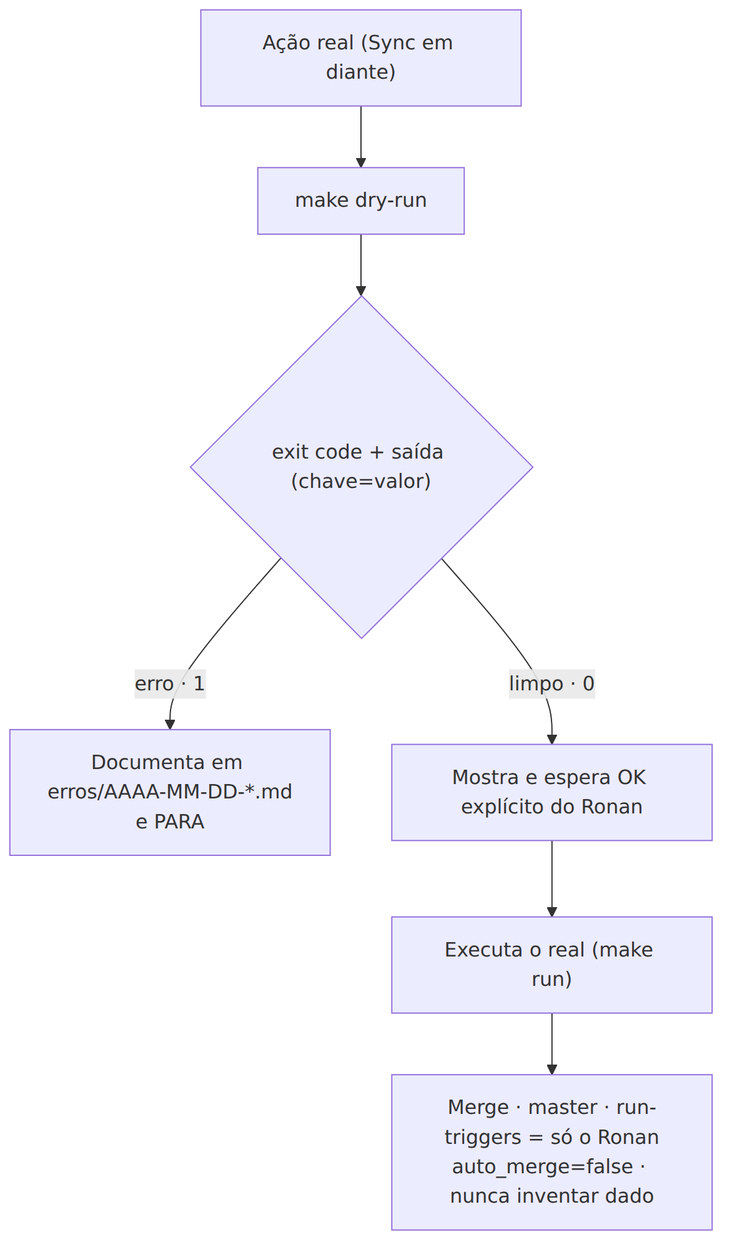
Earlier version of the Mermaid export docs/diagramas/09-governanca-seguranca.png (BertoRcsb/workflow-automation-management). Its source is kept beside it as docs/diagramas/09-governanca-seguranca.mmd. Its diagram source:
```mermaid
flowchart TD
    Ac["Ação real (Sync em diante)"] --> Dry["make dry-run"]
    Dry --> Parse{"exit code + saída (chave=valor)"}
    Parse -->|"erro · 1"| Err["Documenta em erros/AAAA-MM-DD-*.md<br>e PARA"]
    Parse -->|"limpo · 0"| Wait["Mostra e espera OK explícito do Ronan"]
    Wait --> Real["Executa o real (make run)"]
    Real --> Guard["Merge · master · run-triggers = só o Ronan<br>auto_merge=false · nunca inventar dado"]
```
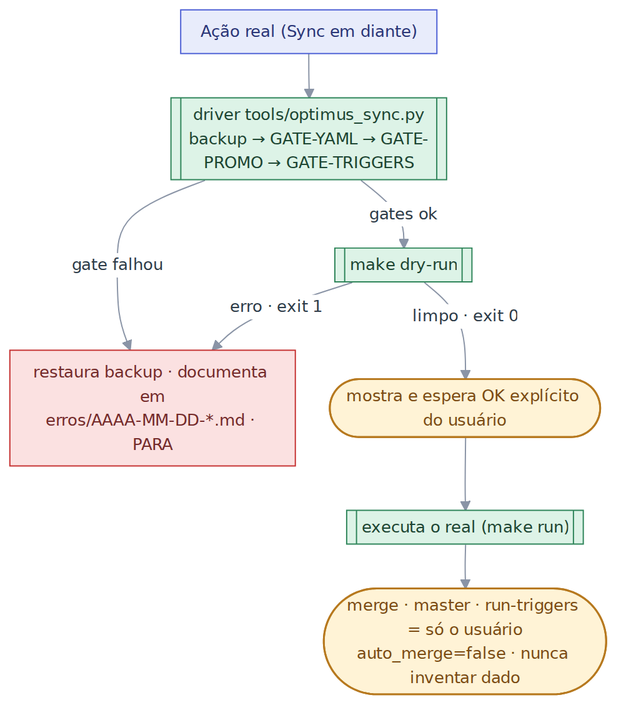
After the commit.

What changed in the source:
```diff
@@ -1,7 +1,14 @@
+%%{init: {"theme":"base","themeVariables":{"fontFamily":"Segoe UI, Helvetica, Arial, sans-serif","fontSize":"13px","lineColor":"#8A94A6","primaryColor":"#EDF1F5","primaryBorderColor":"#5A6B7B","primaryTextColor":"#2D3B48","clusterBkg":"#FAFBFC","clusterBorder":"#D5DBE3","edgeLabelBackground":"#FFFFFF"},"flowchart":{"curve":"basis","nodeSpacing":28,"rankSpacing":36,"padding":8}}}%%
 flowchart TD
-    Ac["Ação real (Sync em diante)"] --> Dry["make dry-run"]
-    Dry --> Parse{"exit code + saída (chave=valor)"}
-    Parse -->|"erro · 1"| Err["Documenta em erros/AAAA-MM-DD-*.md<br>e PARA"]
-    Parse -->|"limpo · 0"| Wait["Mostra e espera OK explícito do Ronan"]
-    Wait --> Real["Executa o real (make run)"]
-    Real --> Guard["Merge · master · run-triggers = só o Ronan<br>auto_merge=false · nunca inventar dado"]
+    Ac["Ação real (Sync em diante)"]:::llm --> DRV[["driver tools/optimus_sync.py<br>backup → GATE-YAML → GATE-PROMO → GATE-TRIGGERS"]]:::det
+    DRV -->|"gate falhou"| Err["restaura backup · documenta em<br>erros/AAAA-MM-DD-*.md · PARA"]:::alerta
+    DRV -->|"gates ok"| Dry[["make dry-run"]]:::det
+    Dry -->|"erro · exit 1"| Err
+    Dry -->|"limpo · exit 0"| Wait(["mostra e espera OK explícito do usuário"]):::humano
+    Wait --> Real[["executa o real (make run)"]]:::det
+    Real --> Guard(["merge · master · run-triggers = só o usuário<br>auto_merge=false · nunca inventar dado"]):::humano
+    classDef humano fill:#FFF3D6,stroke:#B7791F,color:#7B4B12,stroke-width:1.5px
+    classDef llm fill:#E8ECFB,stroke:#4C5FD5,color:#2A3577
+    classDef det fill:#DDF3E7,stroke:#2F855A,color:#1C4532
+    classDef io fill:#EDF1F5,stroke:#5A6B7B,color:#2D3B48
+    classDef alerta fill:#FBE1E1,stroke:#C53030,color:#742A2A
```
